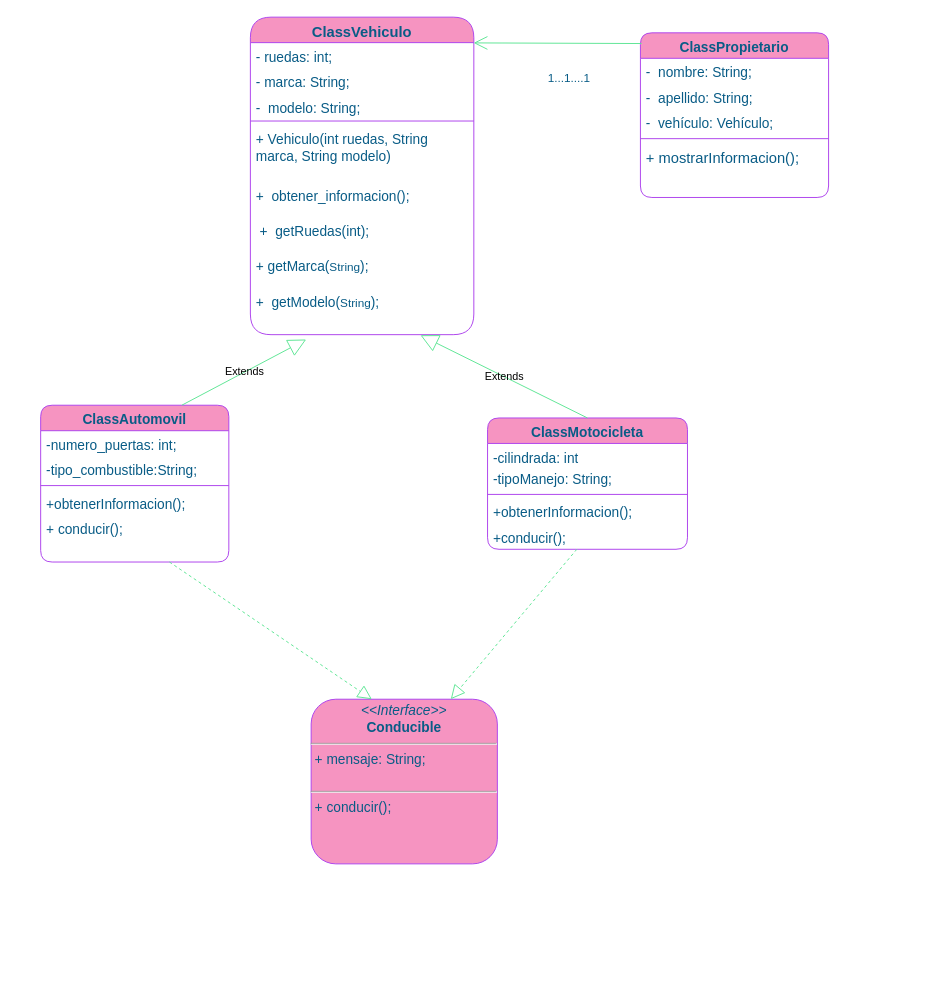
Above: src/DiagramaSistemagestionvehiculo.drawio in Mariayey12/Sistemagestionvehiculo (draw.io), before the change. Source tidied: cells renumbered, new cells numbered last; positions are measured from the earlier drawing's top-left corner, leaving out a move shared by most shapes. Both pictures are drawn from the tidied source at 98%, with x=0, y=0 at pixel (40, 17).
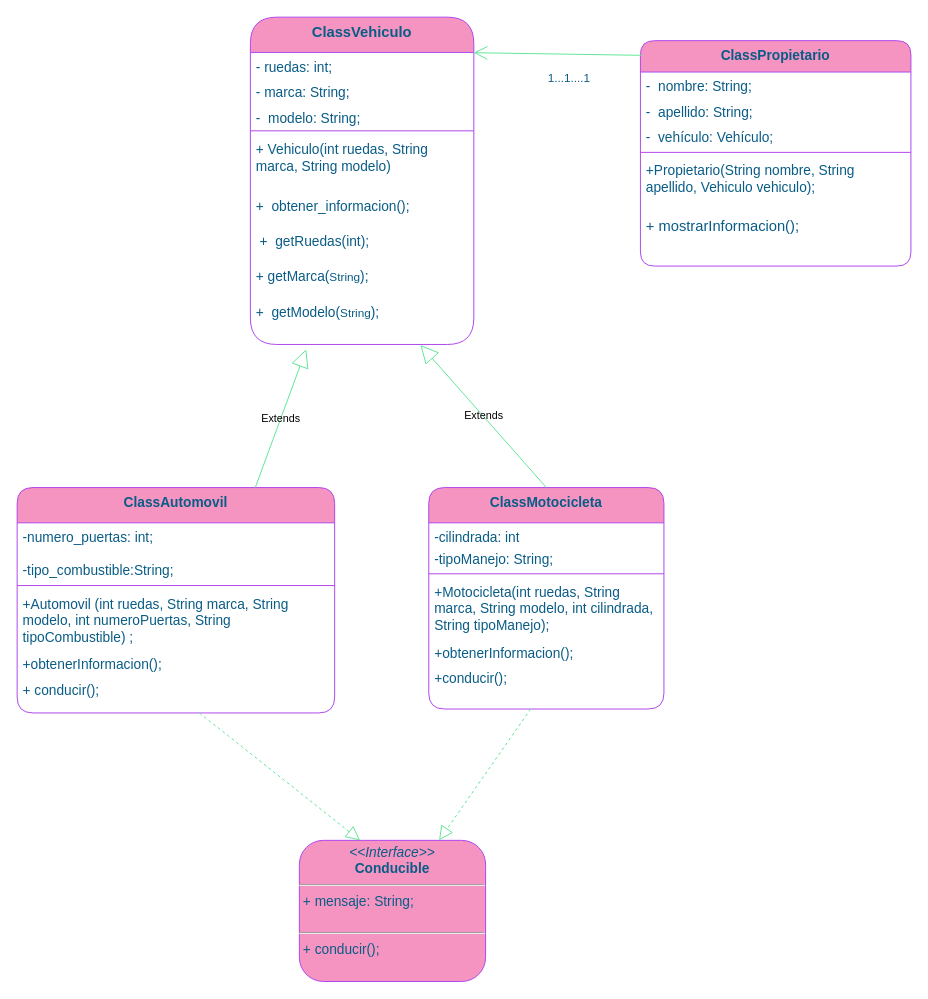
The same diagram, later.

What changed in the source:
```diff
@@
-    <mxCell id="2" value="ClassVehiculo" style="swimlane;fontStyle=1;align=center;verticalAlign=top;horizontal=1;startSize=26;whiteSpace=wrap;html=1;labelBackgroundColor=none;fillColor=#F694C1;strokeColor=#AF45ED;fontColor=#095C86;rounded=1;fontSize=15;arcSize=27;" parent="1" vertex="1">
-      <mxGeometry x="214" width="228" height="324" as="geometry" />
+    <mxCell id="2" value="ClassVehiculo" style="swimlane;fontStyle=1;align=center;verticalAlign=top;horizontal=1;startSize=36;whiteSpace=wrap;html=1;labelBackgroundColor=none;fillColor=#F694C1;strokeColor=#AF45ED;fontColor=#095C86;rounded=1;fontSize=15;arcSize=25;" parent="1" vertex="1">
+      <mxGeometry x="214" width="228" height="334" as="geometry" />
     </mxCell>
     <mxCell id="3" value="&lt;font style=&quot;font-size: 14px;&quot;&gt;- ruedas: int;&lt;/font&gt;" style="text;strokeColor=none;fillColor=none;align=left;verticalAlign=top;spacingLeft=4;spacingRight=4;overflow=hidden;points=[[0,0.5],[1,0.5]];portConstraint=eastwest;whiteSpace=wrap;html=1;labelBackgroundColor=none;fontColor=#095C86;rounded=1;" parent="2" vertex="1">
-      <mxGeometry y="26" width="228" height="26" as="geometry" />
+      <mxGeometry y="36" width="228" height="26" as="geometry" />
     </mxCell>
     <mxCell id="4" value="&lt;font style=&quot;font-size: 14px;&quot;&gt;- marca:&amp;nbsp;String;&lt;/font&gt;" style="text;strokeColor=none;fillColor=none;align=left;verticalAlign=top;spacingLeft=4;spacingRight=4;overflow=hidden;whiteSpace=wrap;html=1;labelBackgroundColor=none;fontColor=#095C86;rounded=1;" parent="2" vertex="1">
-      <mxGeometry y="52" width="228" height="26" as="geometry" />
+      <mxGeometry y="62" width="228" height="26" as="geometry" />
     </mxCell>
     <mxCell id="5" value="&lt;font style=&quot;font-size: 14px;&quot;&gt;-&amp;nbsp; modelo:&amp;nbsp;String;&lt;/font&gt;" style="text;strokeColor=none;fillColor=none;align=left;verticalAlign=top;spacingLeft=4;spacingRight=4;overflow=hidden;whiteSpace=wrap;html=1;labelBackgroundColor=none;fontColor=#095C86;rounded=1;" parent="2" vertex="1">
-      <mxGeometry y="78" width="228" height="24" as="geometry" />
+      <mxGeometry y="88" width="228" height="24" as="geometry" />
     </mxCell>
     <mxCell id="6" style="line;strokeWidth=1;fillColor=none;align=left;verticalAlign=middle;spacingTop=-1;spacingLeft=3;spacingRight=3;labelPosition=right;strokeColor=#AF45ED;labelBackgroundColor=none;fontColor=#095C86;rounded=1;" parent="2" vertex="1">
-      <mxGeometry y="102" width="228" height="8" as="geometry" />
+      <mxGeometry y="112" width="228" height="8" as="geometry" />
     </mxCell>
     <mxCell id="7" value="&lt;font color=&quot;#095c86&quot; style=&quot;font-size: 14px;&quot;&gt;+&amp;nbsp;Vehiculo(int ruedas, String marca, String modelo)&amp;nbsp;&lt;/font&gt;" style="text;strokeColor=none;fillColor=none;align=left;verticalAlign=top;spacingLeft=4;spacingRight=4;overflow=hidden;whiteSpace=wrap;html=1;" parent="2" vertex="1">
-      <mxGeometry y="110" width="228" height="58" as="geometry" />
+      <mxGeometry y="120" width="228" height="58" as="geometry" />
     </mxCell>
     <mxCell id="8" value="&lt;font style=&quot;font-size: 14px;&quot;&gt;+&amp;nbsp;&amp;nbsp;obtener_informacion();&lt;br&gt;&lt;br&gt;&lt;/font&gt;" style="text;strokeColor=none;fillColor=none;align=left;verticalAlign=top;spacingLeft=4;spacingRight=4;overflow=hidden;whiteSpace=wrap;html=1;labelBackgroundColor=none;fontColor=#095C86;rounded=1;" parent="2" vertex="1">
-      <mxGeometry y="168" width="228" height="36" as="geometry" />
+      <mxGeometry y="178" width="228" height="36" as="geometry" />
     </mxCell>
     <mxCell id="9" value="&lt;font color=&quot;#095c86&quot; style=&quot;font-size: 14px;&quot;&gt;&amp;nbsp;+&amp;nbsp; getRuedas(int);&lt;/font&gt;" style="text;strokeColor=none;fillColor=none;align=left;verticalAlign=top;spacingLeft=4;spacingRight=4;overflow=hidden;whiteSpace=wrap;html=1;" parent="2" vertex="1">
-      <mxGeometry y="204" width="228" height="36" as="geometry" />
+      <mxGeometry y="214" width="228" height="36" as="geometry" />
     </mxCell>
     <mxCell id="10" value="&lt;font color=&quot;#095c86&quot;&gt;&lt;font style=&quot;font-size: 14px;&quot;&gt;+&amp;nbsp;getMarca(&lt;/font&gt;String&lt;font style=&quot;font-size: 14px;&quot;&gt;);&lt;/font&gt;&lt;/font&gt;" style="text;strokeColor=none;fillColor=none;align=left;verticalAlign=top;spacingLeft=4;spacingRight=4;overflow=hidden;whiteSpace=wrap;html=1;" parent="2" vertex="1">
-      <mxGeometry y="240" width="228" height="36" as="geometry" />
+      <mxGeometry y="250" width="228" height="36" as="geometry" />
     </mxCell>
     <mxCell id="11" value="&lt;font color=&quot;#095c86&quot;&gt;&lt;font style=&quot;font-size: 14px;&quot;&gt;+&amp;nbsp; getModelo(&lt;/font&gt;String&lt;font style=&quot;font-size: 14px;&quot;&gt;);&lt;/font&gt;&lt;/font&gt;" style="text;strokeColor=none;fillColor=none;align=left;verticalAlign=top;spacingLeft=4;spacingRight=4;overflow=hidden;points=[[0,0.5],[1,0.5]];portConstraint=eastwest;whiteSpace=wrap;html=1;" parent="2" vertex="1">
-      <mxGeometry y="276" width="228" height="48" as="geometry" />
+      <mxGeometry y="286" width="228" height="48" as="geometry" />
     </mxCell>
-    <mxCell id="12" value="ClassAutomovil" style="swimlane;fontStyle=1;align=center;verticalAlign=top;horizontal=1;startSize=26;whiteSpace=wrap;html=1;labelBackgroundColor=none;fillColor=#F694C1;strokeColor=#AF45ED;fontColor=#095C86;rounded=1;fontSize=14;" parent="1" vertex="1">
-      <mxGeometry y="396" width="192" height="160" as="geometry" />
+    <mxCell id="12" value="ClassAutomovil" style="swimlane;fontStyle=1;align=center;verticalAlign=top;horizontal=1;startSize=36;whiteSpace=wrap;html=1;labelBackgroundColor=none;fillColor=#F694C1;strokeColor=#AF45ED;fontColor=#095C86;rounded=1;fontSize=14;" parent="1" vertex="1">
+      <mxGeometry x="-24" y="480" width="324" height="230" as="geometry" />
     </mxCell>
     <mxCell id="13" value="&lt;font style=&quot;font-size: 14px;&quot;&gt;-numero_puertas: int;&lt;/font&gt;" style="text;strokeColor=none;fillColor=none;align=left;verticalAlign=top;spacingLeft=4;spacingRight=4;overflow=hidden;whiteSpace=wrap;html=1;labelBackgroundColor=none;fontColor=#095C86;rounded=1;" parent="12" vertex="1">
-      <mxGeometry y="26" width="192" height="26" as="geometry" />
+      <mxGeometry y="36" width="324" height="34" as="geometry" />
     </mxCell>
     <mxCell id="14" value="&lt;font style=&quot;font-size: 14px;&quot;&gt;-tipo_combustible:String;&lt;/font&gt;" style="text;strokeColor=none;fillColor=none;align=left;verticalAlign=top;spacingLeft=4;spacingRight=4;overflow=hidden;whiteSpace=wrap;html=1;labelBackgroundColor=none;fontColor=#095C86;rounded=1;" parent="12" vertex="1">
-      <mxGeometry y="52" width="192" height="26" as="geometry" />
+      <mxGeometry y="70" width="324" height="26" as="geometry" />
     </mxCell>
     <mxCell id="15" style="line;strokeWidth=1;fillColor=none;align=left;verticalAlign=middle;spacingTop=-1;spacingLeft=3;spacingRight=3;labelPosition=right;strokeColor=#AF45ED;labelBackgroundColor=none;fontColor=#095C86;rounded=1;" parent="12" vertex="1">
-      <mxGeometry y="78" width="192" height="8" as="geometry" />
+      <mxGeometry y="96" width="324" height="8" as="geometry" />
     </mxCell>
+    <mxCell id="37" value="&lt;font color=&quot;#095c86&quot; style=&quot;font-size: 14px;&quot;&gt;+Automovil (int ruedas, String marca, String modelo, int numeroPuertas, String tipoCombustible) ;&lt;/font&gt;" style="text;strokeColor=none;fillColor=none;align=left;verticalAlign=top;spacingLeft=4;spacingRight=4;overflow=hidden;whiteSpace=wrap;html=1;" parent="12" vertex="1">
+      <mxGeometry y="104" width="324" height="62" as="geometry" />
+    </mxCell>
     <mxCell id="16" value="&lt;font style=&quot;font-size: 14px;&quot;&gt;+obtenerInformacion();&lt;/font&gt;" style="text;strokeColor=none;fillColor=none;align=left;verticalAlign=top;spacingLeft=4;spacingRight=4;overflow=hidden;whiteSpace=wrap;html=1;labelBackgroundColor=none;fontColor=#095C86;rounded=1;" parent="12" vertex="1">
-      <mxGeometry y="86" width="192" height="26" as="geometry" />
+      <mxGeometry y="166" width="324" height="26" as="geometry" />
     </mxCell>
     <mxCell id="17" value="&lt;font style=&quot;font-size: 14px;&quot;&gt;+ conducir();&lt;/font&gt;" style="text;strokeColor=none;fillColor=none;align=left;verticalAlign=top;spacingLeft=4;spacingRight=4;overflow=hidden;points=[[0,0.5],[1,0.5]];portConstraint=eastwest;whiteSpace=wrap;html=1;labelBackgroundColor=none;fontColor=#095C86;rounded=1;" parent="12" vertex="1">
-      <mxGeometry y="112" width="192" height="48" as="geometry" />
+      <mxGeometry y="192" width="324" height="38" as="geometry" />
     </mxCell>
-    <mxCell id="18" value="&lt;font style=&quot;font-size: 14px;&quot;&gt;ClassMotocicleta&lt;/font&gt;" style="swimlane;fontStyle=1;align=center;verticalAlign=top;horizontal=1;startSize=26;whiteSpace=wrap;html=1;labelBackgroundColor=none;fillColor=#F694C1;strokeColor=#AF45ED;fontColor=#095C86;rounded=1;" parent="1" vertex="1">
-      <mxGeometry x="456" y="409" width="204" height="134" as="geometry" />
+    <mxCell id="18" value="&lt;font style=&quot;font-size: 14px;&quot;&gt;ClassMotocicleta&lt;/font&gt;" style="swimlane;fontStyle=1;align=center;verticalAlign=top;horizontal=1;startSize=36;whiteSpace=wrap;html=1;labelBackgroundColor=none;fillColor=#F694C1;strokeColor=#AF45ED;fontColor=#095C86;rounded=1;" parent="1" vertex="1">
+      <mxGeometry x="396" y="480" width="240" height="226" as="geometry" />
     </mxCell>
     <mxCell id="19" value="&lt;font style=&quot;font-size: 14px;&quot;&gt;-cilindrada: int&lt;/font&gt;" style="text;strokeColor=none;fillColor=none;align=left;verticalAlign=top;spacingLeft=4;spacingRight=4;overflow=hidden;whiteSpace=wrap;html=1;labelBackgroundColor=none;fontColor=#095C86;rounded=1;" parent="18" vertex="1">
-      <mxGeometry y="26" width="204" height="22" as="geometry" />
+      <mxGeometry y="36" width="240" height="22" as="geometry" />
     </mxCell>
     <mxCell id="20" value="&lt;font style=&quot;font-size: 14px;&quot;&gt;-tipoManejo:&amp;nbsp;String;&lt;/font&gt;" style="text;strokeColor=none;fillColor=none;align=left;verticalAlign=top;spacingLeft=4;spacingRight=4;overflow=hidden;whiteSpace=wrap;html=1;labelBackgroundColor=none;fontColor=#095C86;rounded=1;" parent="18" vertex="1">
-      <mxGeometry y="48" width="204" height="26" as="geometry" />
+      <mxGeometry y="58" width="240" height="26" as="geometry" />
     </mxCell>
     <mxCell id="21" style="line;strokeWidth=1;fillColor=none;align=left;verticalAlign=middle;spacingTop=-1;spacingLeft=3;spacingRight=3;labelPosition=right;strokeColor=#AF45ED;labelBackgroundColor=none;fontColor=#095C86;rounded=1;" parent="18" vertex="1">
-      <mxGeometry y="74" width="204" height="8" as="geometry" />
+      <mxGeometry y="84" width="240" height="8" as="geometry" />
     </mxCell>
+    <mxCell id="38" value="&lt;font style=&quot;font-size: 14px;&quot; color=&quot;#095c86&quot;&gt;+Motocicleta(int ruedas, String marca, String modelo, int cilindrada, String tipoManejo);&lt;/font&gt;" style="text;strokeColor=none;fillColor=none;align=left;verticalAlign=top;spacingLeft=4;spacingRight=4;overflow=hidden;whiteSpace=wrap;html=1;" parent="18" vertex="1">
+      <mxGeometry y="92" width="240" height="62" as="geometry" />
+    </mxCell>
     <mxCell id="22" value="&lt;font style=&quot;font-size: 14px;&quot;&gt;+obtenerInformacion();&lt;/font&gt;" style="text;strokeColor=none;fillColor=none;align=left;verticalAlign=top;spacingLeft=4;spacingRight=4;overflow=hidden;whiteSpace=wrap;html=1;labelBackgroundColor=none;fontColor=#095C86;rounded=1;" parent="18" vertex="1">
-      <mxGeometry y="82" width="204" height="26" as="geometry" />
+      <mxGeometry y="154" width="240" height="26" as="geometry" />
     </mxCell>
     <mxCell id="23" value="&lt;font style=&quot;font-size: 14px;&quot;&gt;+conducir();&lt;/font&gt;" style="text;strokeColor=none;fillColor=none;align=left;verticalAlign=top;spacingLeft=4;spacingRight=4;overflow=hidden;points=[[0,0.5],[1,0.5]];portConstraint=eastwest;whiteSpace=wrap;html=1;labelBackgroundColor=none;fontColor=#095C86;rounded=1;" parent="18" vertex="1">
-      <mxGeometry y="108" width="204" height="26" as="geometry" />
+      <mxGeometry y="180" width="240" height="46" as="geometry" />
     </mxCell>
-    <mxCell id="24" value="&lt;p style=&quot;margin: 4px 0px 0px; text-align: center; font-size: 14px;&quot;&gt;&lt;i style=&quot;font-size: 14px;&quot;&gt;&amp;lt;&amp;lt;Interface&amp;gt;&amp;gt;&lt;/i&gt;&lt;br style=&quot;font-size: 14px;&quot;&gt;&lt;b style=&quot;font-size: 14px;&quot;&gt;Conducible&lt;/b&gt;&lt;br style=&quot;font-size: 14px;&quot;&gt;&lt;/p&gt;&lt;hr style=&quot;font-size: 14px;&quot;&gt;&lt;p style=&quot;margin: 0px 0px 0px 4px; font-size: 14px;&quot;&gt;+ mensaje: String;&lt;br style=&quot;font-size: 14px;&quot;&gt;&lt;br style=&quot;font-size: 14px;&quot;&gt;&lt;/p&gt;&lt;hr style=&quot;font-size: 14px;&quot;&gt;&lt;p style=&quot;margin: 0px 0px 0px 4px; font-size: 14px;&quot;&gt;+ conducir();&lt;br style=&quot;font-size: 14px;&quot;&gt;&lt;/p&gt;" style="verticalAlign=top;align=left;overflow=fill;fontSize=14;fontFamily=Helvetica;html=1;whiteSpace=wrap;labelBackgroundColor=none;fillColor=#F694C1;strokeColor=#AF45ED;fontColor=#095C86;rounded=1;" parent="1" vertex="1">
-      <mxGeometry x="276" y="696" width="190" height="168" as="geometry" />
+    <mxCell id="24" value="&lt;p style=&quot;margin: 4px 0px 0px; text-align: center; font-size: 14px;&quot;&gt;&lt;i style=&quot;font-size: 14px;&quot;&gt;&amp;lt;&amp;lt;Interface&amp;gt;&amp;gt;&lt;/i&gt;&lt;br style=&quot;font-size: 14px;&quot;&gt;&lt;b style=&quot;font-size: 14px;&quot;&gt;Conducible&lt;/b&gt;&lt;br style=&quot;font-size: 14px;&quot;&gt;&lt;/p&gt;&lt;hr style=&quot;font-size: 14px;&quot;&gt;&lt;p style=&quot;margin: 0px 0px 0px 4px; font-size: 14px;&quot;&gt;+ mensaje: String;&lt;br style=&quot;font-size: 14px;&quot;&gt;&lt;br style=&quot;font-size: 14px;&quot;&gt;&lt;/p&gt;&lt;hr style=&quot;font-size: 14px;&quot;&gt;&lt;p style=&quot;margin: 0px 0px 0px 4px; font-size: 14px;&quot;&gt;+ conducir();&lt;br style=&quot;font-size: 14px;&quot;&gt;&lt;/p&gt;" style="verticalAlign=top;align=left;overflow=fill;fontSize=14;fontFamily=Helvetica;html=1;whiteSpace=wrap;labelBackgroundColor=none;fillColor=#F694C1;strokeColor=#AF45ED;fontColor=#095C86;rounded=1;arcSize=17;" parent="1" vertex="1">
+      <mxGeometry x="264" y="840" width="190" height="144" as="geometry" />
     </mxCell>
-    <mxCell id="25" value="&lt;font style=&quot;font-size: 14px;&quot;&gt;ClassPropietario&lt;/font&gt;" style="swimlane;fontStyle=1;align=center;verticalAlign=top;horizontal=1;startSize=26;whiteSpace=wrap;html=1;labelBackgroundColor=none;fillColor=#F694C1;strokeColor=#AF45ED;fontColor=#095C86;rounded=1;fontSize=14;" parent="1" vertex="1">
-      <mxGeometry x="612" y="16" width="192" height="168" as="geometry" />
+    <mxCell id="25" value="&lt;font style=&quot;font-size: 14px;&quot;&gt;ClassPropietario&lt;/font&gt;" style="swimlane;fontStyle=1;align=center;verticalAlign=top;horizontal=1;startSize=32;whiteSpace=wrap;html=1;labelBackgroundColor=none;fillColor=#F694C1;strokeColor=#AF45ED;fontColor=#095C86;rounded=1;fontSize=14;" parent="1" vertex="1">
+      <mxGeometry x="612" y="24" width="276" height="230" as="geometry" />
     </mxCell>
     <mxCell id="26" value="-&amp;nbsp; nombre: String;" style="text;strokeColor=none;fillColor=none;align=left;verticalAlign=top;spacingLeft=4;spacingRight=4;overflow=hidden;whiteSpace=wrap;html=1;labelBackgroundColor=none;fontColor=#095C86;rounded=1;fontSize=14;" parent="25" vertex="1">
-      <mxGeometry y="26" width="192" height="26" as="geometry" />
+      <mxGeometry y="32" width="276" height="26" as="geometry" />
     </mxCell>
     <mxCell id="27" value="-&amp;nbsp; apellido: String;" style="text;strokeColor=none;fillColor=none;align=left;verticalAlign=top;spacingLeft=4;spacingRight=4;overflow=hidden;whiteSpace=wrap;html=1;labelBackgroundColor=none;fontColor=#095C86;rounded=1;fontSize=14;" parent="25" vertex="1">
-      <mxGeometry y="52" width="192" height="26" as="geometry" />
+      <mxGeometry y="58" width="276" height="26" as="geometry" />
     </mxCell>
     <mxCell id="28" value="-&amp;nbsp;&amp;nbsp;vehículo: Vehículo;" style="text;strokeColor=none;fillColor=none;align=left;verticalAlign=top;spacingLeft=4;spacingRight=4;overflow=hidden;whiteSpace=wrap;html=1;labelBackgroundColor=none;fontColor=#095C86;rounded=1;fontSize=14;" parent="25" vertex="1">
-      <mxGeometry y="78" width="192" height="26" as="geometry" />
+      <mxGeometry y="84" width="276" height="26" as="geometry" />
     </mxCell>
     <mxCell id="29" style="line;strokeWidth=1;fillColor=none;align=left;verticalAlign=middle;spacingTop=-1;spacingLeft=3;spacingRight=3;labelPosition=right;strokeColor=#AF45ED;labelBackgroundColor=none;fontColor=#095C86;rounded=1;" parent="25" vertex="1">
-      <mxGeometry y="104" width="192" height="8" as="geometry" />
+      <mxGeometry y="110" width="276" height="8" as="geometry" />
     </mxCell>
+    <mxCell id="39" value="&lt;font color=&quot;#095c86&quot; style=&quot;font-size: 14px;&quot;&gt;+Propietario(String nombre, String apellido, Vehiculo vehiculo);&lt;/font&gt;" style="text;strokeColor=none;fillColor=none;align=left;verticalAlign=top;spacingLeft=4;spacingRight=4;overflow=hidden;whiteSpace=wrap;html=1;" parent="25" vertex="1">
+      <mxGeometry y="118" width="276" height="56" as="geometry" />
+    </mxCell>
     <mxCell id="30" value="&lt;font style=&quot;font-size: 15px;&quot;&gt;+ mostrarInformacion();&lt;/font&gt;" style="text;strokeColor=none;fillColor=none;align=left;verticalAlign=top;spacingLeft=4;spacingRight=4;overflow=hidden;whiteSpace=wrap;html=1;labelBackgroundColor=none;fontColor=#095C86;rounded=1;fontSize=14;" parent="25" vertex="1">
-      <mxGeometry y="112" width="192" height="56" as="geometry" />
+      <mxGeometry y="174" width="276" height="56" as="geometry" />
     </mxCell>
```
